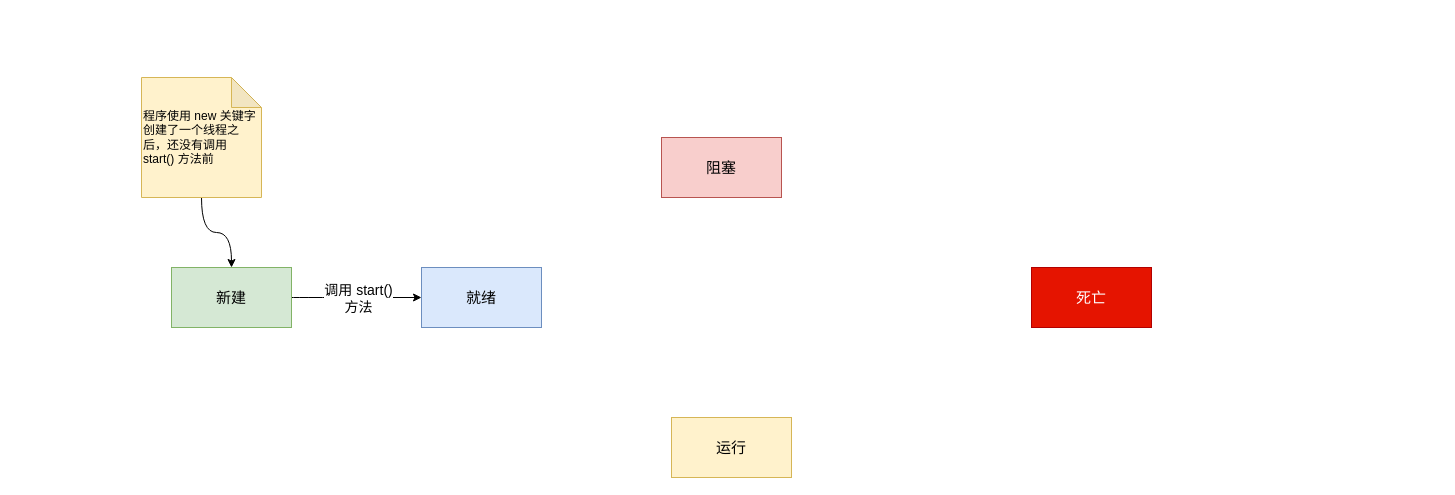
This is 08-并发编程/attachments-并发编程/并发编程笔记-流程图.drawio from MooNkirA/code-learning-note, a draw.io file, before an edit. Source tidied: cells renumbered, new cells numbered last; positions are measured from the earlier drawing's top-left corner, leaving out a move shared by most shapes. Both pictures are drawn from the tidied source at 100%, with x=0, y=0 at pixel (141, 77).
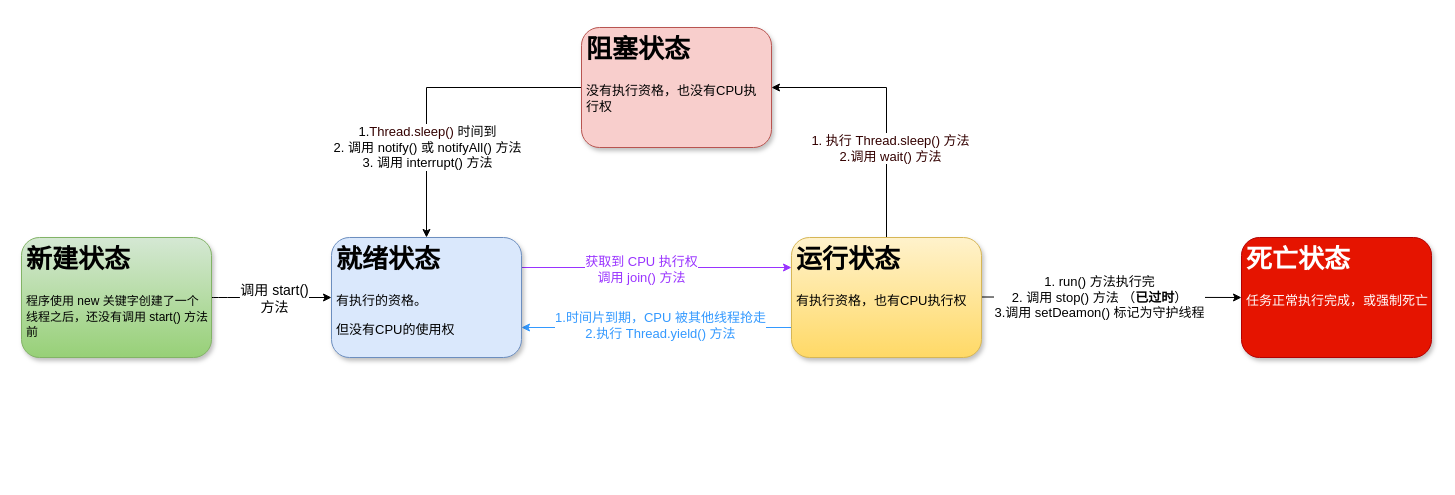
After the change.

Diff of the diagram source:
```diff
@@
-    <mxCell id="2" style="edgeStyle=orthogonalEdgeStyle;curved=1;rounded=0;jettySize=auto;html=1;entryX=0;entryY=0.5;entryDx=0;entryDy=0;" parent="1" edge="1" source="4" target="5">
+    <mxCell id="2" style="edgeStyle=orthogonalEdgeStyle;curved=1;rounded=0;jettySize=auto;html=1;entryX=0;entryY=0.5;entryDx=0;entryDy=0;exitX=1;exitY=0.5;exitDx=0;exitDy=0;" parent="1" edge="1" source="22" target="21">
       <mxGeometry relative="1" as="geometry" />
     </mxCell>
@@
-    <mxCell id="4" value="&lt;font style=&quot;font-size: 15px;&quot;&gt;新建&lt;/font&gt;" style="rounded=0;whiteSpace=wrap;html=1;fillColor=#d5e8d4;strokeColor=#82b366;" parent="1" vertex="1">
-      <mxGeometry x="30" y="190" width="120" height="60" as="geometry" />
-    </mxCell>
-    <mxCell id="5" value="&lt;font style=&quot;font-size: 15px;&quot;&gt;就绪&lt;/font&gt;" style="rounded=0;whiteSpace=wrap;html=1;fillColor=#dae8fc;strokeColor=#6c8ebf;" parent="1" vertex="1">
-      <mxGeometry x="280" y="190" width="120" height="60" as="geometry" />
-    </mxCell>
-    <mxCell id="6" value="&lt;font style=&quot;font-size: 15px;&quot;&gt;阻塞&lt;br&gt;&lt;/font&gt;" style="rounded=0;whiteSpace=wrap;html=1;fillColor=#f8cecc;strokeColor=#b85450;" parent="1" vertex="1">
-      <mxGeometry x="520" y="60" width="120" height="60" as="geometry" />
-    </mxCell>
-    <mxCell id="7" value="&lt;font style=&quot;font-size: 15px;&quot;&gt;运行&lt;br&gt;&lt;/font&gt;" style="rounded=0;whiteSpace=wrap;html=1;fillColor=#fff2cc;strokeColor=#d6b656;" parent="1" vertex="1">
-      <mxGeometry x="530" y="340" width="120" height="60" as="geometry" />
-    </mxCell>
-    <mxCell id="8" value="&lt;font style=&quot;font-size: 15px;&quot;&gt;死亡&lt;br&gt;&lt;/font&gt;" style="rounded=0;whiteSpace=wrap;html=1;fillColor=#e51400;fontColor=#ffffff;strokeColor=#B20000;" parent="1" vertex="1">
-      <mxGeometry x="890" y="190" width="120" height="60" as="geometry" />
-    </mxCell>
-    <mxCell id="9" style="rounded=0;jettySize=auto;html=1;edgeStyle=orthogonalEdgeStyle;curved=1;" parent="1" edge="1" source="10" target="4">
-      <mxGeometry relative="1" as="geometry" />
-    </mxCell>
-    <mxCell id="10" value="&lt;p style=&quot;line-height: 1.2;&quot;&gt;程序使用 new 关键字创建了一个线程之后，还没有调用 start() 方法前&lt;/p&gt;" style="shape=note;whiteSpace=wrap;html=1;backgroundOutline=1;darkOpacity=0.05;fillColor=#fff2cc;strokeColor=#d6b656;align=left;" parent="1" vertex="1">
-      <mxGeometry width="120" height="120" as="geometry" />
-    </mxCell>
+    <mxCell id="11" style="edgeStyle=orthogonalEdgeStyle;rounded=0;jettySize=auto;html=1;entryX=0;entryY=0.25;entryDx=0;entryDy=0;exitX=1;exitY=0.25;exitDx=0;exitDy=0;strokeColor=#9933FF;" parent="1" edge="1" source="21" target="24">
+      <mxGeometry relative="1" as="geometry" />
+    </mxCell>
+    <mxCell id="12" value="获取到 CPU 执行权&lt;br style=&quot;font-size: 13px;&quot;&gt;调用 join() 方法" style="edgeLabel;html=1;align=center;verticalAlign=middle;fontSize=13;fontColor=#9933FF;" parent="11" vertex="1">
+      <mxGeometry x="-0.12" y="-1" relative="1" as="geometry" />
+    </mxCell>
+    <mxCell id="13" style="edgeStyle=orthogonalEdgeStyle;rounded=0;jettySize=auto;html=1;entryX=0.5;entryY=0;entryDx=0;entryDy=0;exitX=0;exitY=0.5;exitDx=0;exitDy=0;" parent="1" edge="1" source="23" target="21">
+      <mxGeometry relative="1" as="geometry" />
+    </mxCell>
+    <mxCell id="14" value="&lt;font style=&quot;font-size: 13px;&quot;&gt;1.&lt;span style=&quot;color: rgb(51, 0, 0);&quot;&gt;Thread.sleep()&amp;nbsp;&lt;/span&gt;时间到&lt;br&gt;2. 调用 notify() 或 notifyAll() 方法&lt;br&gt;3. 调用 interrupt() 方法&lt;br&gt;&lt;/font&gt;" style="edgeLabel;html=1;align=center;verticalAlign=middle;" parent="13" vertex="1">
+      <mxGeometry x="0.19" y="-3" relative="1" as="geometry">
+        <mxPoint x="3" y="33" as="offset" />
+      </mxGeometry>
+    </mxCell>
+    <mxCell id="15" style="edgeStyle=orthogonalEdgeStyle;rounded=0;jettySize=auto;html=1;entryX=0;entryY=0.5;entryDx=0;entryDy=0;" parent="1" edge="1" target="25">
+      <mxGeometry relative="1" as="geometry">
+        <mxPoint x="840" y="219.5" as="sourcePoint" />
+      </mxGeometry>
+    </mxCell>
+    <mxCell id="16" value="1. run() 方法执行完&lt;br style=&quot;font-size: 13px;&quot;&gt;2. 调用 stop() 方法 （&lt;b&gt;已过时&lt;/b&gt;）&lt;br style=&quot;font-size: 13px;&quot;&gt;3.调用 setDeamon()&amp;nbsp;标记为守护线程" style="edgeLabel;html=1;align=center;verticalAlign=middle;fontSize=13;" parent="15" vertex="1">
+      <mxGeometry x="-0.19" y="-1" relative="1" as="geometry">
+        <mxPoint x="13" y="-1" as="offset" />
+      </mxGeometry>
+    </mxCell>
+    <mxCell id="17" style="edgeStyle=orthogonalEdgeStyle;rounded=0;jettySize=auto;html=1;exitX=0;exitY=0.75;exitDx=0;exitDy=0;entryX=1;entryY=0.75;entryDx=0;entryDy=0;strokeColor=#3399FF;" parent="1" edge="1" source="24" target="21">
+      <mxGeometry relative="1" as="geometry" />
+    </mxCell>
+    <mxCell id="18" value="1.时间片到期，CPU 被其他线程抢走&lt;br&gt;2.执行 Thread.yield() 方法" style="edgeLabel;html=1;align=center;verticalAlign=middle;fontSize=13;fontColor=#3399FF;" parent="17" vertex="1">
+      <mxGeometry x="0.19" y="-3" relative="1" as="geometry">
+        <mxPoint x="29" as="offset" />
+      </mxGeometry>
+    </mxCell>
+    <mxCell id="19" style="edgeStyle=orthogonalEdgeStyle;rounded=0;jettySize=auto;html=1;exitX=0.5;exitY=0;exitDx=0;exitDy=0;entryX=1;entryY=0.5;entryDx=0;entryDy=0;" parent="1" edge="1" source="24" target="23">
+      <mxGeometry relative="1" as="geometry" />
+    </mxCell>
+    <mxCell id="20" value="1. 执行 Thread.sleep() 方法&lt;br&gt;2.调用 wait() 方法" style="edgeLabel;html=1;align=center;verticalAlign=middle;fontSize=13;fontColor=#330000;" parent="19" vertex="1">
+      <mxGeometry x="-0.32" y="-3" relative="1" as="geometry" />
+    </mxCell>
+    <mxCell id="21" value="&lt;h1&gt;就绪状态&lt;/h1&gt;&lt;p&gt;有执行的资格。&lt;/p&gt;&lt;p&gt;但没有CPU的使用权&lt;/p&gt;" style="text;html=1;strokeColor=#6c8ebf;fillColor=#dae8fc;spacing=5;spacingTop=-20;whiteSpace=wrap;overflow=hidden;rounded=1;fontSize=13;shadow=1;glass=0;" parent="1" vertex="1">
+      <mxGeometry x="190" y="160" width="190" height="120" as="geometry" />
+    </mxCell>
+    <mxCell id="22" value="&lt;h1&gt;新建状态&lt;/h1&gt;&lt;p&gt;&lt;span style=&quot;color: rgb(0, 0, 0); font-size: 12px;&quot;&gt;程序使用 new 关键字创建了一个线程之后，还没有调用 start() 方法前&lt;/span&gt;&lt;br&gt;&lt;/p&gt;" style="text;html=1;strokeColor=#82b366;fillColor=#d5e8d4;spacing=5;spacingTop=-20;whiteSpace=wrap;overflow=hidden;rounded=1;fontSize=13;gradientColor=#97d077;shadow=1;sketch=0;glass=0;" parent="1" vertex="1">
+      <mxGeometry x="-120" y="160" width="190" height="120" as="geometry" />
+    </mxCell>
+    <mxCell id="23" value="&lt;h1&gt;阻塞状态&lt;/h1&gt;&lt;p&gt;没有执行资格，也&lt;span style=&quot;background-color: initial;&quot;&gt;没有CPU执行权&lt;/span&gt;&lt;/p&gt;" style="text;html=1;strokeColor=#b85450;fillColor=#f8cecc;spacing=5;spacingTop=-20;whiteSpace=wrap;overflow=hidden;rounded=1;fontSize=13;shadow=1;glass=0;" parent="1" vertex="1">
+      <mxGeometry x="440" y="-50" width="190" height="120" as="geometry" />
+    </mxCell>
+    <mxCell id="24" value="&lt;h1&gt;运行状态&lt;/h1&gt;&lt;p&gt;有执行资格，也&lt;span style=&quot;background-color: initial;&quot;&gt;有CPU执行权&lt;/span&gt;&lt;br&gt;&lt;/p&gt;" style="text;html=1;strokeColor=#d6b656;fillColor=#fff2cc;spacing=5;spacingTop=-20;whiteSpace=wrap;overflow=hidden;rounded=1;fontSize=13;shadow=1;glass=0;gradientColor=#ffd966;" parent="1" vertex="1">
+      <mxGeometry x="650" y="160" width="190" height="120" as="geometry" />
+    </mxCell>
+    <mxCell id="25" value="&lt;h1&gt;死亡状态&lt;/h1&gt;&lt;p&gt;任务正常执行完成，或强制死亡&lt;/p&gt;" style="text;html=1;strokeColor=#B20000;fillColor=#e51400;spacing=5;spacingTop=-20;whiteSpace=wrap;overflow=hidden;rounded=1;fontSize=13;shadow=1;glass=0;fontColor=#ffffff;" parent="1" vertex="1">
+      <mxGeometry x="1100" y="160" width="190" height="120" as="geometry" />
+    </mxCell>
```
